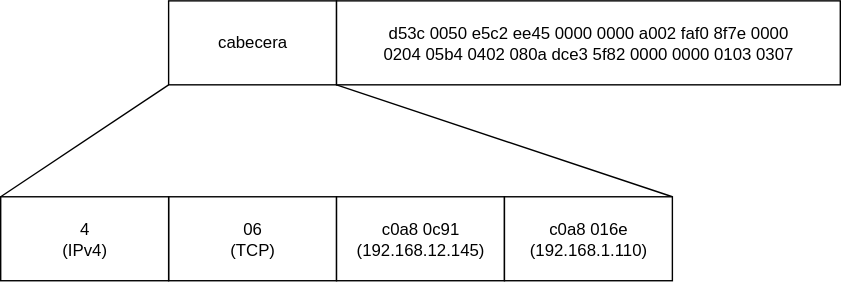
The draw.io diagram DAW/DPL/T01/Assets/Diagrams/Exported/Datagrama_IPv4_TCP.drawio.svg in FJrodafo/University, before a commit. Source tidied: cells renumbered, new cells last; positions are measured from the earlier drawing's top-left corner, leaving out a move shared by most shapes. The source it was exported from:
```xml
<mxGraphModel>
  <root>
    <mxCell id="0" />
    <mxCell id="1" parent="0" />
    <mxCell id="2" style="group;" parent="1" vertex="1">
      <mxGeometry width="600" height="200" as="geometry" />
    </mxCell>
    <mxCell id="3" style="edgeStyle=none;curved=1;rounded=0;jettySize=auto;html=1;exitX=1;exitY=1;exitDx=0;exitDy=0;fontSize=12;startSize=8;endSize=8;entryX=1;entryY=0;entryDx=0;entryDy=0;endArrow=none;endFill=0;" parent="2" edge="1" source="5" target="10">
      <mxGeometry relative="1" as="geometry" />
    </mxCell>
    <mxCell id="4" style="edgeStyle=none;curved=1;rounded=0;jettySize=auto;html=1;exitX=0;exitY=1;exitDx=0;exitDy=0;entryX=0;entryY=0;entryDx=0;entryDy=0;fontSize=12;startSize=8;endSize=8;endArrow=none;endFill=0;" parent="2" edge="1" source="5" target="8">
      <mxGeometry relative="1" as="geometry" />
    </mxCell>
    <mxCell id="5" value="cabecera" style="rounded=0;whiteSpace=wrap;html=1;" parent="2" vertex="1">
      <mxGeometry x="120" width="120" height="60" as="geometry" />
    </mxCell>
    <mxCell id="6" value="&lt;div&gt;d53c 0050 e5c2 ee45 0000 0000 a002 faf0 8f7e 0000&lt;/div&gt;&lt;div&gt;0204 05b4 0402 080a dce3 5f82 0000 0000 0103 0307&lt;/div&gt;" style="rounded=0;whiteSpace=wrap;html=1;fontColor=light-dark(#000000,#FFFF00);" parent="2" vertex="1">
      <mxGeometry x="240" width="360" height="60" as="geometry" />
    </mxCell>
    <mxCell id="7" value="&lt;div&gt;06&lt;/div&gt;&lt;div&gt;(TCP)&lt;/div&gt;" style="rounded=0;whiteSpace=wrap;html=1;fontColor=light-dark(#000000,#FF0000);" parent="2" vertex="1">
      <mxGeometry x="120" y="140" width="120" height="60" as="geometry" />
    </mxCell>
    <mxCell id="8" value="&lt;div&gt;4&lt;/div&gt;&lt;div&gt;(IPv4)&lt;/div&gt;" style="rounded=0;whiteSpace=wrap;html=1;fontColor=light-dark(#000000,#00FF00);" parent="2" vertex="1">
      <mxGeometry y="140" width="120" height="60" as="geometry" />
    </mxCell>
    <mxCell id="9" value="&lt;div&gt;c0a8 0c91&lt;/div&gt;&lt;div&gt;(192.168.12.145)&lt;/div&gt;" style="rounded=0;whiteSpace=wrap;html=1;fontColor=light-dark(#000000,#00FFFF);" parent="2" vertex="1">
      <mxGeometry x="240" y="140" width="120" height="60" as="geometry" />
    </mxCell>
    <mxCell id="10" value="&lt;div&gt;c0a8 016e&lt;/div&gt;&lt;div&gt;(192.168.1.110)&lt;/div&gt;" style="rounded=0;whiteSpace=wrap;html=1;fontColor=light-dark(#000000,#FF00FF);" parent="2" vertex="1">
      <mxGeometry x="360" y="140" width="120" height="60" as="geometry" />
    </mxCell>
  </root>
</mxGraphModel>
```
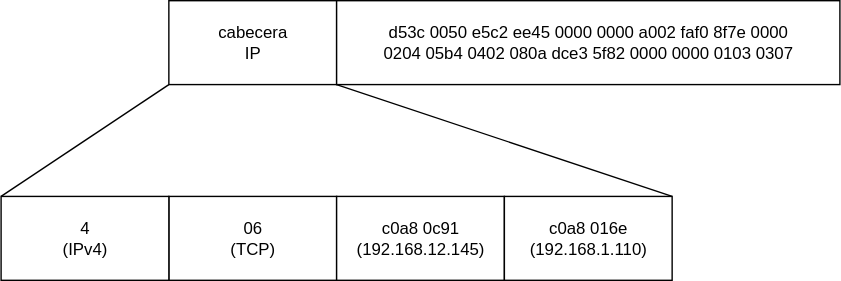
The same diagram one commit later.

Commit message:
Fix Datagrama IP from DAW/DPL/T01

Change to the diagram source:
```diff
@@ -11,13 +11,13 @@
     <mxCell id="4" style="edgeStyle=none;curved=1;rounded=0;jettySize=auto;html=1;exitX=0;exitY=1;exitDx=0;exitDy=0;entryX=0;entryY=0;entryDx=0;entryDy=0;fontSize=12;startSize=8;endSize=8;endArrow=none;endFill=0;" parent="2" edge="1" source="5" target="8">
       <mxGeometry relative="1" as="geometry" />
     </mxCell>
-    <mxCell id="5" value="cabecera" style="rounded=0;whiteSpace=wrap;html=1;" parent="2" vertex="1">
+    <mxCell id="5" value="&lt;div&gt;cabecera&lt;/div&gt;IP" style="rounded=0;whiteSpace=wrap;html=1;" parent="2" vertex="1">
       <mxGeometry x="120" width="120" height="60" as="geometry" />
     </mxCell>
     <mxCell id="6" value="&lt;div&gt;d53c 0050 e5c2 ee45 0000 0000 a002 faf0 8f7e 0000&lt;/div&gt;&lt;div&gt;0204 05b4 0402 080a dce3 5f82 0000 0000 0103 0307&lt;/div&gt;" style="rounded=0;whiteSpace=wrap;html=1;fontColor=light-dark(#000000,#FFFF00);" parent="2" vertex="1">
       <mxGeometry x="240" width="360" height="60" as="geometry" />
     </mxCell>
-    <mxCell id="7" value="&lt;div&gt;06&lt;/div&gt;&lt;div&gt;(TCP)&lt;/div&gt;" style="rounded=0;whiteSpace=wrap;html=1;fontColor=light-dark(#000000,#FF0000);" parent="2" vertex="1">
+    <mxCell id="7" value="06&lt;div&gt;(TCP)&lt;/div&gt;" style="rounded=0;whiteSpace=wrap;html=1;fontColor=light-dark(#000000,#FF0000);" parent="2" vertex="1">
       <mxGeometry x="120" y="140" width="120" height="60" as="geometry" />
     </mxCell>
     <mxCell id="8" value="&lt;div&gt;4&lt;/div&gt;&lt;div&gt;(IPv4)&lt;/div&gt;" style="rounded=0;whiteSpace=wrap;html=1;fontColor=light-dark(#000000,#00FF00);" parent="2" vertex="1">
@@ -26,7 +26,7 @@
     <mxCell id="9" value="&lt;div&gt;c0a8 0c91&lt;/div&gt;&lt;div&gt;(192.168.12.145)&lt;/div&gt;" style="rounded=0;whiteSpace=wrap;html=1;fontColor=light-dark(#000000,#00FFFF);" parent="2" vertex="1">
       <mxGeometry x="240" y="140" width="120" height="60" as="geometry" />
     </mxCell>
-    <mxCell id="10" value="&lt;div&gt;c0a8 016e&lt;/div&gt;&lt;div&gt;(192.168.1.110)&lt;/div&gt;" style="rounded=0;whiteSpace=wrap;html=1;fontColor=light-dark(#000000,#FF00FF);" parent="2" vertex="1">
+    <mxCell id="10" value="c0a8 016e&lt;div&gt;(192.168.1.110)&lt;/div&gt;" style="rounded=0;whiteSpace=wrap;html=1;fontColor=light-dark(#000000,#FF00FF);" parent="2" vertex="1">
       <mxGeometry x="360" y="140" width="120" height="60" as="geometry" />
     </mxCell>
   </root>
```
